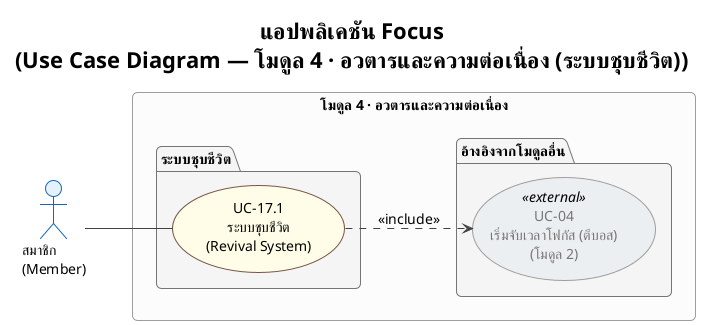
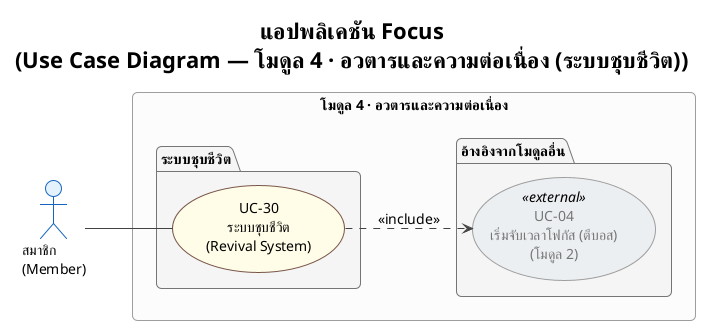
- ' โมดูล 4: อวตารและความต่อเนื่อง (เหลือ UC-17.1 เท่านั้น)
+ ' โมดูล 4: อวตารและความต่อเนื่อง (เหลือ UC-30 เท่านั้น)
' UC-14 (เลเวลอัพ), UC-15 (HP Decay), UC-16 (Streak), UC-17 (หมดสติ)
' ถูกยุบรวมเป็น business rules ของ UC-04 (โมดูล 2) แล้ว — ดู usecase_description.md
- ' UC-17.1 เป็น use case เดียวในโมดูลนี้ที่ actor ริเริ่มเองจริง (ทำภารกิจชุบชีวิต)
+ ' UC-30 เป็น use case เดียวในโมดูลนี้ที่ actor ริเริ่มเองจริง (ทำภารกิจชุบชีวิต)
@startuml usecase_module4
!theme plain
skinparam defaultFontName TH Sarabun New
skinparam defaultFontSize 14
skinparam roundcorner 10

skinparam usecase {
  BackgroundColor #FFFDE7
  BorderColor #795548
}
skinparam usecase<<external>> {
  BackgroundColor #ECEFF1
  BorderColor #9E9E9E
  FontColor #757575
}
skinparam actor {
  BackgroundColor #E3F2FD
  BorderColor #1565C0
}
skinparam package {
  BackgroundColor #F5F5F5
  BorderColor #757575
  FontStyle bold
}
skinparam rectangle {
  BackgroundColor #FCFCFC
  BorderColor #9E9E9E
}
skinparam ArrowColor #424242

title <b>แอปพลิเคชัน Focus</b>\n(Use Case Diagram — โมดูล 4 · อวตารและความต่อเนื่อง (ระบบชุบชีวิต))

left to right direction

actor "สมาชิก\n(Member)" as Member

rectangle "โมดูล 4 · อวตารและความต่อเนื่อง" {
  package "ระบบชุบชีวิต" {
-     usecase "UC-17.1\nระบบชุบชีวิต\n(Revival System)" as UC171
+     usecase "UC-30\nระบบชุบชีวิต\n(Revival System)" as UC30
  }

  package "อ้างอิงจากโมดูลอื่น" {
    usecase "UC-04\nเริ่มจับเวลาโฟกัส (ตีบอส)\n(โมดูล 2)" as UC04 <<external>>
  }
}

- Member -- UC171
+ Member -- UC30

- UC171 ..> UC04 : <<include>>
+ UC30 ..> UC04 : <<include>>

@enduml
